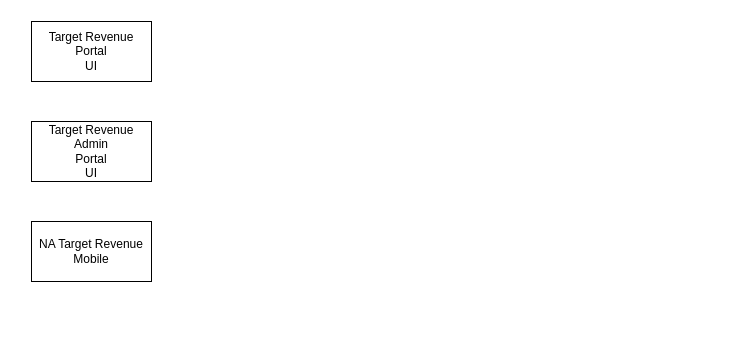
Before: TRPBusinessComponent.drawio in Rashmi1989/MyDiagrams, a draw.io diagram. Source tidied: cells renumbered, new cells numbered last; positions are measured from the earlier drawing's top-left corner, leaving out a move shared by most shapes. Both pictures are drawn from the tidied source at 100%, with x=0, y=0 at pixel (31, 21).
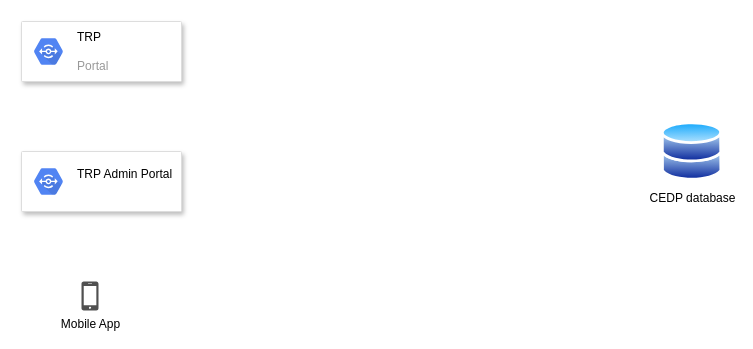
After the change.

Change to the diagram source:
```diff
@@
 <mxGraphModel>
   <root>
     <mxCell id="0" />
     <mxCell id="1" parent="0" />
-    <mxCell id="2" value="Target Revenue Portal&lt;br&gt;UI&lt;br&gt;" style="rounded=0;whiteSpace=wrap;html=1;" parent="1" vertex="1">
-      <mxGeometry width="120" height="60" as="geometry" />
-    </mxCell>
-    <mxCell id="3" value="Target Revenue Admin &lt;br&gt;Portal&lt;br&gt;UI" style="rounded=0;whiteSpace=wrap;html=1;" parent="1" vertex="1">
-      <mxGeometry y="100" width="120" height="60" as="geometry" />
-    </mxCell>
-    <mxCell id="4" value="NA Target Revenue&lt;br&gt;Mobile&lt;br&gt;" style="rounded=0;whiteSpace=wrap;html=1;" parent="1" vertex="1">
-      <mxGeometry y="200" width="120" height="60" as="geometry" />
-    </mxCell>
+    <mxCell id="5" value="CEDP database" style="perimeter=ellipsePerimeter;html=1;align=center;shadow=0;dashed=0;spacingTop=3;image;image=img/lib/active_directory/databases.svg;" parent="1" vertex="1">
+      <mxGeometry x="630" y="100" width="61.2" height="60" as="geometry" />
+    </mxCell>
+    <mxCell id="6" style="strokeColor=#dddddd;shadow=1;strokeWidth=1;rounded=1;absoluteArcSize=1;arcSize=2;" parent="1" vertex="1">
+      <mxGeometry x="-10" width="160" height="60" as="geometry" />
+    </mxCell>
+    <mxCell id="7" value="&lt;font color=&quot;#000000&quot;&gt;TRP&lt;/font&gt;&lt;br&gt;&lt;br&gt;Portal" style="dashed=0;html=1;fillColor=#5184F3;strokeColor=none;shape=mxgraph.gcp2.hexIcon;prIcon=developer_portal;labelPosition=right;verticalLabelPosition=middle;align=left;verticalAlign=middle;spacingLeft=5;fontColor=#999999;fontSize=12;" parent="6" vertex="1">
+      <mxGeometry y="0.5" width="44" height="39" relative="1" as="geometry">
+        <mxPoint x="5" y="-19.5" as="offset" />
+      </mxGeometry>
+    </mxCell>
+    <mxCell id="8" style="strokeColor=#dddddd;shadow=1;strokeWidth=1;rounded=1;absoluteArcSize=1;arcSize=2;" parent="1" vertex="1">
+      <mxGeometry x="-10" y="130" width="160" height="60" as="geometry" />
+    </mxCell>
+    <mxCell id="9" value="&lt;font color=&quot;#000000&quot;&gt;TRP Admin Portal&lt;br&gt;&lt;br&gt;&lt;/font&gt;" style="dashed=0;html=1;fillColor=#5184F3;strokeColor=none;shape=mxgraph.gcp2.hexIcon;prIcon=developer_portal;labelPosition=right;verticalLabelPosition=middle;align=left;verticalAlign=middle;spacingLeft=5;fontColor=#999999;fontSize=12;" parent="8" vertex="1">
+      <mxGeometry y="0.5" width="44" height="39" relative="1" as="geometry">
+        <mxPoint x="5" y="-19.5" as="offset" />
+      </mxGeometry>
+    </mxCell>
+    <mxCell id="10" value="Mobile App&lt;br&gt;" style="shadow=0;dashed=0;html=1;strokeColor=none;fillColor=#505050;labelPosition=center;verticalLabelPosition=bottom;verticalAlign=top;align=center;shape=mxgraph.office.devices.cell_phone_iphone_proportional;" parent="1" vertex="1">
+      <mxGeometry x="50" y="260" width="17" height="29" as="geometry" />
+    </mxCell>
   </root>
 </mxGraphModel>
```
